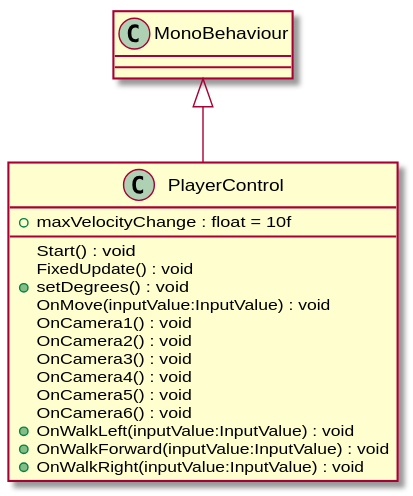
robinsuurs/Mallow_Mysterie keeps this PlantUML diagram as UML/MallowMystery/Assets/Scripts/PlayerControl.svg. Above is the earlier version.
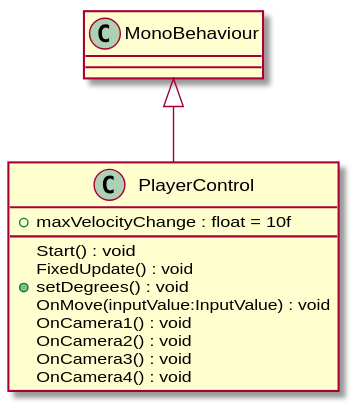
After the commit.

Commit message:
Generate UML (Generate UML)

Change to the diagram source:
```diff
@@ -9,11 +9,6 @@
     OnCamera2() : void
     OnCamera3() : void
     OnCamera4() : void
-    OnCamera5() : void
-    OnCamera6() : void
-    + OnWalkLeft(inputValue:InputValue) : void
-    + OnWalkForward(inputValue:InputValue) : void
-    + OnWalkRight(inputValue:InputValue) : void
 }
 MonoBehaviour <|-- PlayerControl
 @enduml
```
